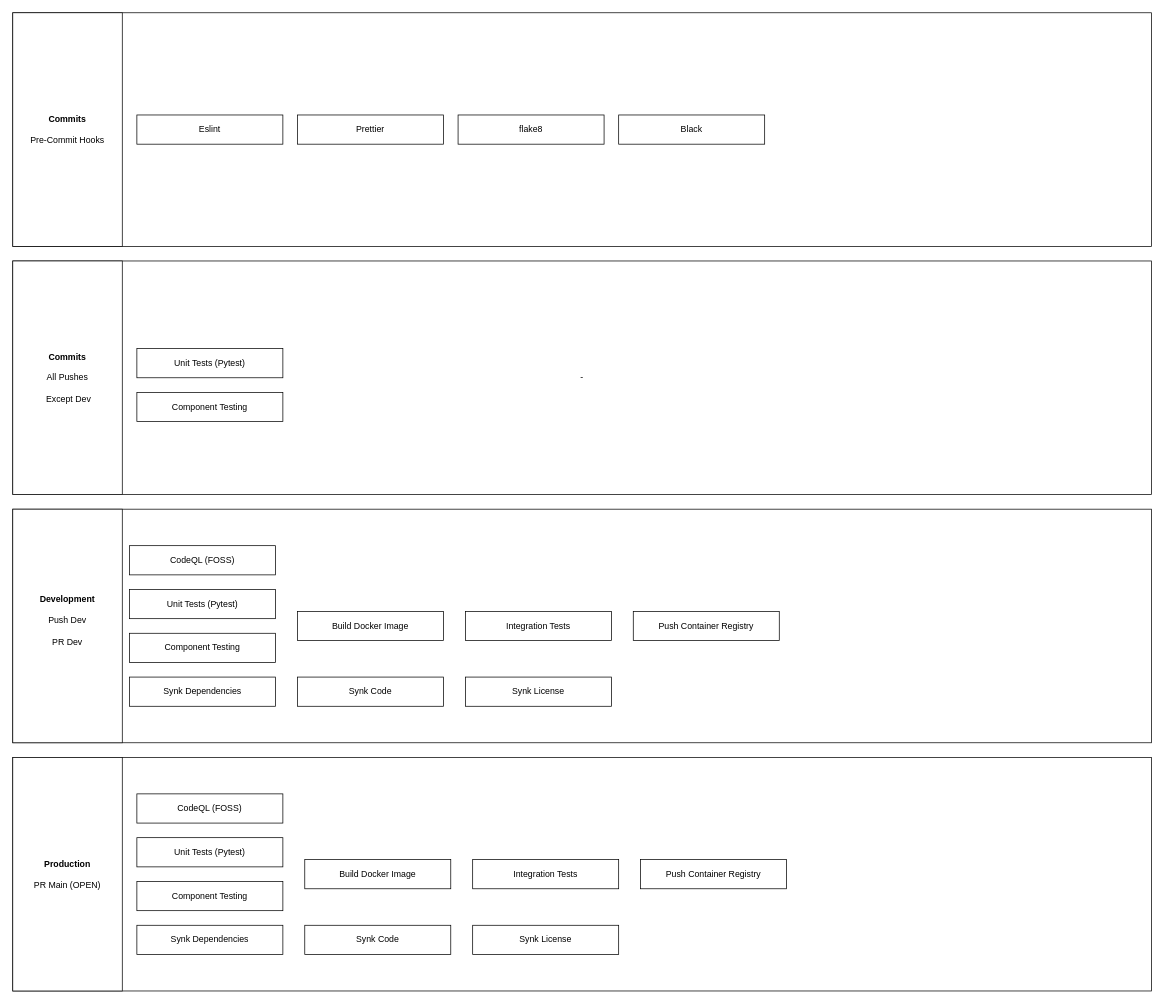
The draw.io diagram page "Page-1" (1 of 2) of Pipelines.drawio in ITM007/ITM007, before the edit. Source tidied: cells renumbered, new cells numbered last; positions are measured from the earlier drawing's top-left corner, leaving out a move shared by most shapes. Both pictures are drawn from the tidied source at 73%, with x=0, y=0 at pixel (12, 12).
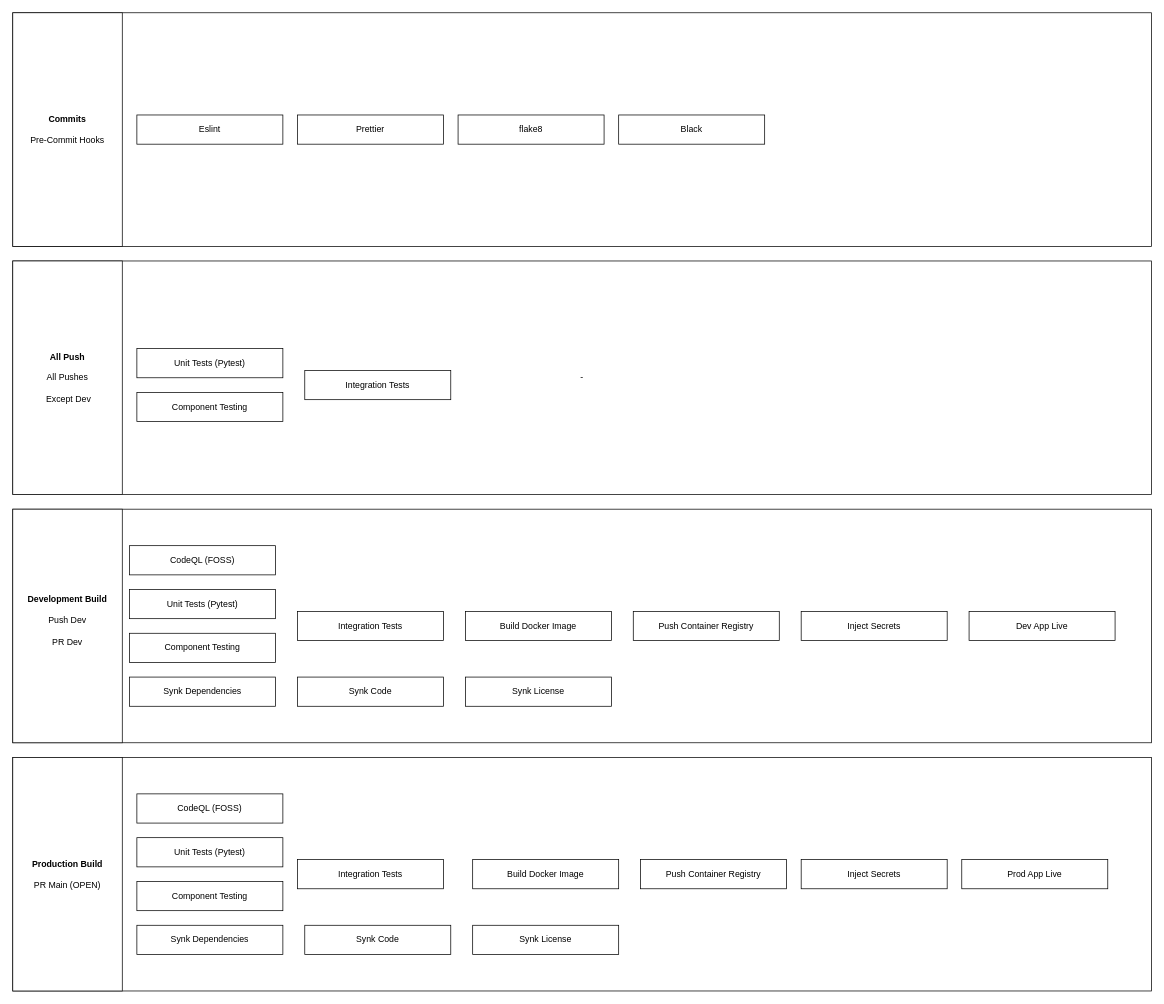
After the change.

The edit, as a diff of the source:
```diff
@@
-    <mxCell id="3" value="&lt;div&gt;&lt;b&gt;Commits&lt;br&gt;&lt;/b&gt;&lt;/div&gt;&lt;div&gt;&lt;br&gt;&lt;/div&gt;&lt;div&gt;All Pushes&lt;/div&gt;&lt;div&gt;&lt;br&gt;&lt;/div&gt;&amp;nbsp;Except Dev" style="rounded=0;whiteSpace=wrap;html=1;" parent="1" vertex="1">
+    <mxCell id="3" value="&lt;div&gt;&lt;b&gt;All Push&lt;br&gt;&lt;/b&gt;&lt;/div&gt;&lt;div&gt;&lt;br&gt;&lt;/div&gt;&lt;div&gt;All Pushes&lt;/div&gt;&lt;div&gt;&lt;br&gt;&lt;/div&gt;&amp;nbsp;Except Dev" style="rounded=0;whiteSpace=wrap;html=1;" parent="1" vertex="1">
       <mxGeometry y="340" width="150" height="320" as="geometry" />
     </mxCell>
@@
-    <mxCell id="6" value="&lt;div&gt;&lt;b&gt;Development&lt;/b&gt;&lt;/div&gt;&lt;div&gt;&lt;br&gt;&lt;/div&gt;&lt;div&gt;Push Dev&lt;/div&gt;&lt;div&gt;&lt;br&gt;&lt;/div&gt;&lt;div&gt;PR Dev&lt;/div&gt;&lt;div&gt;&lt;br&gt;&lt;/div&gt;" style="rounded=0;whiteSpace=wrap;html=1;" parent="1" vertex="1">
+    <mxCell id="6" value="&lt;div&gt;&lt;b&gt;Development Build&lt;br&gt;&lt;/b&gt;&lt;/div&gt;&lt;div&gt;&lt;br&gt;&lt;/div&gt;&lt;div&gt;Push Dev&lt;/div&gt;&lt;div&gt;&lt;br&gt;&lt;/div&gt;&lt;div&gt;PR Dev&lt;/div&gt;&lt;div&gt;&lt;br&gt;&lt;/div&gt;" style="rounded=0;whiteSpace=wrap;html=1;" parent="1" vertex="1">
       <mxGeometry y="680" width="150" height="320" as="geometry" />
     </mxCell>
-    <mxCell id="7" value="&lt;div&gt;&lt;b&gt;Production&lt;/b&gt;&lt;/div&gt;&lt;div&gt;&lt;br&gt;&lt;/div&gt;&lt;div&gt;PR Main (OPEN)&lt;br&gt;&lt;/div&gt;" style="rounded=0;whiteSpace=wrap;html=1;" parent="1" vertex="1">
+    <mxCell id="7" value="&lt;div&gt;&lt;b&gt;Production Build&lt;br&gt;&lt;/b&gt;&lt;/div&gt;&lt;div&gt;&lt;br&gt;&lt;/div&gt;&lt;div&gt;PR Main (OPEN)&lt;br&gt;&lt;/div&gt;" style="rounded=0;whiteSpace=wrap;html=1;" parent="1" vertex="1">
       <mxGeometry y="1020" width="150" height="320" as="geometry" />
     </mxCell>
     <mxCell id="8" value="Integration Tests" style="rounded=0;whiteSpace=wrap;html=1;" parent="1" vertex="1">
-      <mxGeometry x="620" y="820" width="200" height="40" as="geometry" />
+      <mxGeometry x="390" y="820" width="200" height="40" as="geometry" />
     </mxCell>
     <mxCell id="9" value="Build Docker Image" style="rounded=0;whiteSpace=wrap;html=1;" parent="1" vertex="1">
-      <mxGeometry x="390" y="820" width="200" height="40" as="geometry" />
+      <mxGeometry x="620" y="820" width="200" height="40" as="geometry" />
     </mxCell>
@@
     <mxCell id="25" value="Integration Tests" style="rounded=0;whiteSpace=wrap;html=1;" parent="1" vertex="1">
-      <mxGeometry x="630" y="1160" width="200" height="40" as="geometry" />
+      <mxGeometry x="390" y="1160" width="200" height="40" as="geometry" />
     </mxCell>
     <mxCell id="26" value="Build Docker Image" style="rounded=0;whiteSpace=wrap;html=1;" parent="1" vertex="1">
-      <mxGeometry x="400" y="1160" width="200" height="40" as="geometry" />
+      <mxGeometry x="630" y="1160" width="200" height="40" as="geometry" />
     </mxCell>
@@
+    <mxCell id="34" value="Inject Secrets" style="rounded=0;whiteSpace=wrap;html=1;" parent="1" vertex="1">
+      <mxGeometry x="1080" y="820" width="200" height="40" as="geometry" />
+    </mxCell>
+    <mxCell id="35" value="Inject Secrets" style="rounded=0;whiteSpace=wrap;html=1;" parent="1" vertex="1">
+      <mxGeometry x="1080" y="1160" width="200" height="40" as="geometry" />
+    </mxCell>
+    <mxCell id="36" value="Dev App Live" style="rounded=0;whiteSpace=wrap;html=1;" parent="1" vertex="1">
+      <mxGeometry x="1310" y="820" width="200" height="40" as="geometry" />
+    </mxCell>
+    <mxCell id="37" value="Prod App Live" style="rounded=0;whiteSpace=wrap;html=1;" parent="1" vertex="1">
+      <mxGeometry x="1300" y="1160" width="200" height="40" as="geometry" />
+    </mxCell>
+    <mxCell id="38" value="Integration Tests" style="rounded=0;whiteSpace=wrap;html=1;" parent="1" vertex="1">
+      <mxGeometry x="400" y="490" width="200" height="40" as="geometry" />
+    </mxCell>
```
